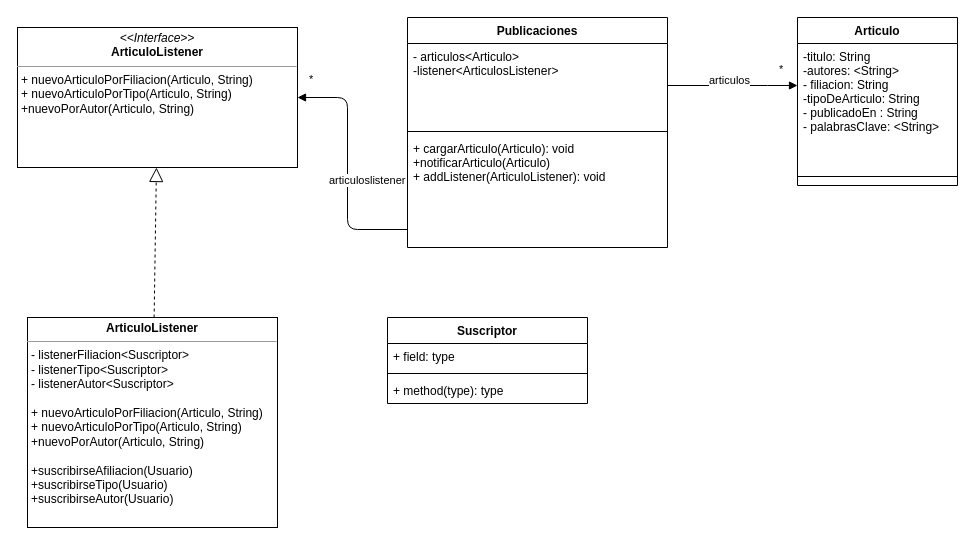
The draw.io diagram src/tpObserver/unq/ejercicios/1-Publicaciones-UML.drawio in CundariNicolas/unqui-poo2-cundari, before the edit. Source tidied: cells renumbered, new cells numbered last; positions are measured from the earlier drawing's top-left corner, leaving out a move shared by most shapes. Both pictures are drawn from the tidied source at 100%, with x=0, y=0 at pixel (17, 17).
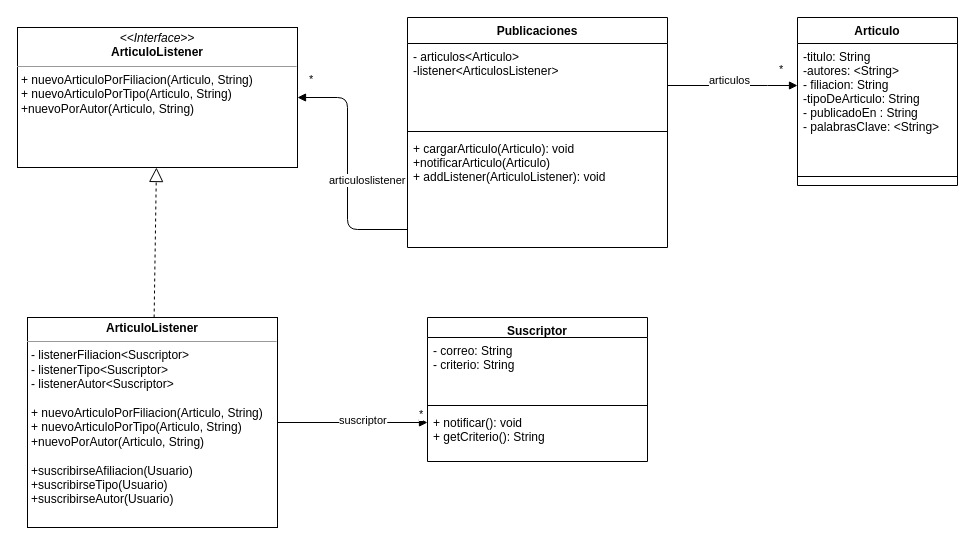
The same page after the edit.

Unchanged cells that the change refers to:
```xml
<mxCell id="14" value="&lt;p style=&quot;margin: 0px ; margin-top: 4px ; text-align: center&quot;&gt;&lt;b&gt;ArticuloListener&lt;/b&gt;&lt;/p&gt;&lt;hr size=&quot;1&quot;&gt;&lt;p style=&quot;margin: 0px ; margin-left: 4px&quot;&gt;- listenerFiliacion&amp;lt;Suscriptor&amp;gt;&lt;/p&gt;&lt;p style=&quot;margin: 0px ; margin-left: 4px&quot;&gt;- listenerTipo&amp;lt;Suscriptor&amp;gt;&lt;/p&gt;&lt;p style=&quot;margin: 0px ; margin-left: 4px&quot;&gt;- listenerAutor&amp;lt;Suscriptor&amp;gt;&lt;/p&gt;&lt;p style=&quot;margin: 0px ; margin-left: 4px&quot;&gt;&lt;br&gt;&lt;/p&gt;&lt;p style=&quot;margin: 0px 0px 0px 4px&quot;&gt;+ nuevoArticuloPorFiliacion(Articulo, String)&lt;/p&gt;&lt;p style=&quot;margin: 0px 0px 0px 4px&quot;&gt;+ nuevoArticuloPorTipo(Articulo, String)&lt;/p&gt;&lt;p style=&quot;margin: 0px 0px 0px 4px&quot;&gt;+nuevoPorAutor(Articulo, String)&lt;/p&gt;&lt;p style=&quot;margin: 0px 0px 0px 4px&quot;&gt;&lt;br&gt;&lt;/p&gt;&lt;p style=&quot;margin: 0px 0px 0px 4px&quot;&gt;+suscribirseAfiliacion(Usuario)&lt;/p&gt;&lt;p style=&quot;margin: 0px 0px 0px 4px&quot;&gt;+suscribirseTipo(Usuario)&lt;/p&gt;&lt;p style=&quot;margin: 0px 0px 0px 4px&quot;&gt;+suscribirseAutor(Usuario)&lt;/p&gt;" style="verticalAlign=top;align=left;overflow=fill;fontSize=12;fontFamily=Helvetica;html=1;" parent="1" vertex="1">
  <mxGeometry x="10" y="300" width="250" height="210" as="geometry" />
</mxCell>
```

Diff of the diagram source:
```diff
@@
-    <mxCell id="16" value="Suscriptor" style="swimlane;fontStyle=1;align=center;verticalAlign=top;horizontal=1;startSize=26;" parent="1" vertex="1">
-      <mxGeometry x="370" y="300" width="200" height="86" as="geometry" />
+    <mxCell id="16" value="Suscriptor" style="swimlane;fontStyle=1;align=center;verticalAlign=top;horizontal=1;startSize=20;" parent="1" vertex="1">
+      <mxGeometry x="410" y="300" width="220" height="144" as="geometry" />
     </mxCell>
-    <mxCell id="17" value="+ field: type" style="text;strokeColor=none;fillColor=none;align=left;verticalAlign=top;spacingLeft=4;spacingRight=4;overflow=hidden;" parent="16" vertex="1">
-      <mxGeometry y="26" width="200" height="26" as="geometry" />
+    <mxCell id="17" value="- correo: String&#10;- criterio: String" style="text;strokeColor=none;fillColor=none;align=left;verticalAlign=top;spacingLeft=4;spacingRight=4;overflow=hidden;" parent="16" vertex="1">
+      <mxGeometry y="20" width="220" height="64" as="geometry" />
     </mxCell>
     <mxCell id="18" style="line;strokeWidth=1;fillColor=none;align=left;verticalAlign=middle;spacingTop=-1;spacingLeft=3;spacingRight=3;labelPosition=right;" parent="16" vertex="1">
-      <mxGeometry y="52" width="200" height="8" as="geometry" />
+      <mxGeometry y="84" width="220" height="8" as="geometry" />
     </mxCell>
-    <mxCell id="19" value="+ method(type): type" style="text;strokeColor=none;fillColor=none;align=left;verticalAlign=top;spacingLeft=4;spacingRight=4;overflow=hidden;" parent="16" vertex="1">
-      <mxGeometry y="60" width="200" height="26" as="geometry" />
+    <mxCell id="19" value="+ notificar(): void&#10;+ getCriterio(): String" style="text;strokeColor=none;fillColor=none;align=left;verticalAlign=top;spacingLeft=4;spacingRight=4;overflow=hidden;fontStyle=0;" parent="16" vertex="1">
+      <mxGeometry y="92" width="220" height="52" as="geometry" />
     </mxCell>
+    <mxCell id="20" value="suscriptor" style="endArrow=block;endFill=1;html=1;edgeStyle=orthogonalEdgeStyle;align=left;verticalAlign=top;" parent="1" edge="1" source="14" target="16">
+      <mxGeometry x="-0.2" y="15" relative="1" as="geometry">
+        <Array as="points">
+          <mxPoint x="360" y="405" />
+          <mxPoint x="360" y="405" />
+        </Array>
+      </mxGeometry>
+    </mxCell>
+    <mxCell id="21" value="*" style="edgeLabel;html=1;align=left;verticalAlign=bottom;" parent="20" vertex="1">
+      <mxGeometry x="-1" relative="1" as="geometry">
+        <mxPoint x="140" as="offset" />
+      </mxGeometry>
+    </mxCell>
```
